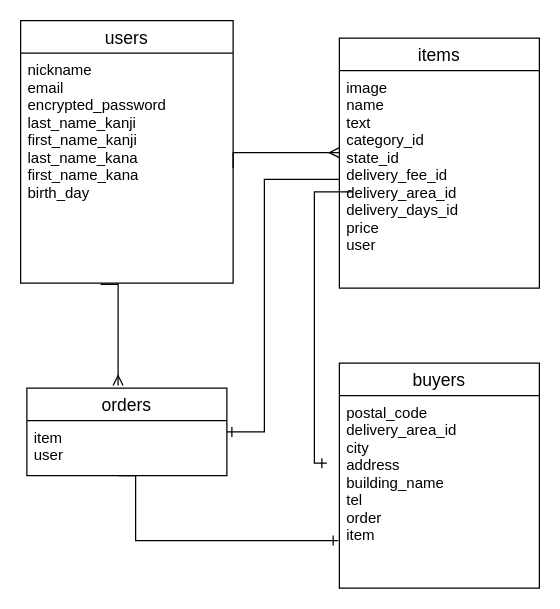
Earlier version of the draw.io diagram furimaE-R.dio (shima159753/furima-34376). Source tidied: cells renumbered, new cells numbered last; positions are measured from the earlier drawing's top-left corner, leaving out a move shared by most shapes. Both pictures are drawn from the tidied source at 125%, with x=0, y=0 at pixel (20, 20).
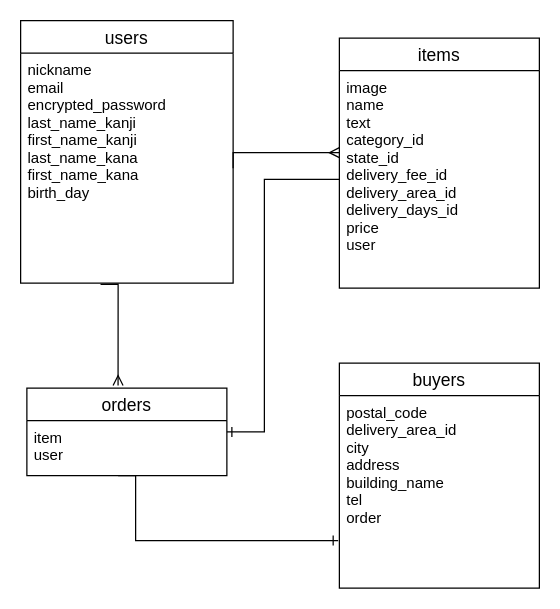
The same diagram, later.

Commit message (it also covers changes not shown here):
orderコントローラーのリファクタリングとE-R図の修正

Unchanged cells that the change refers to:
```xml
<mxCell id="6" value="buyers" style="swimlane;fontStyle=0;horizontal=1;startSize=26;align=center;fontSize=14;" parent="1" vertex="1">
  <mxGeometry x="255" y="274" width="160" height="180" as="geometry" />
</mxCell>
```

Change to the diagram source:
```diff
@@
-    <mxCell id="7" value="postal_code&#10;delivery_area_id&#10;city&#10;address&#10;building_name&#10;tel&#10;order&#10;item" style="text;strokeColor=none;fillColor=none;spacingLeft=4;spacingRight=4;overflow=hidden;points=[[0,0.5],[1,0.5]];portConstraint=eastwest;fontSize=12;" parent="6" vertex="1">
+    <mxCell id="7" value="postal_code&#10;delivery_area_id&#10;city&#10;address&#10;building_name&#10;tel&#10;order" style="text;strokeColor=none;fillColor=none;spacingLeft=4;spacingRight=4;overflow=hidden;points=[[0,0.5],[1,0.5]];portConstraint=eastwest;fontSize=12;" parent="6" vertex="1">
       <mxGeometry y="26" width="160" height="154" as="geometry" />
     </mxCell>
@@
-    <mxCell id="12" style="edgeStyle=orthogonalEdgeStyle;rounded=0;orthogonalLoop=1;jettySize=auto;html=1;endArrow=ERone;endFill=0;" parent="1" edge="1">
-      <mxGeometry relative="1" as="geometry">
-        <mxPoint x="265" y="137" as="sourcePoint" />
-        <mxPoint x="245" y="354" as="targetPoint" />
-        <Array as="points">
-          <mxPoint x="235" y="137" />
-          <mxPoint x="235" y="354" />
-        </Array>
-      </mxGeometry>
-    </mxCell>
```
